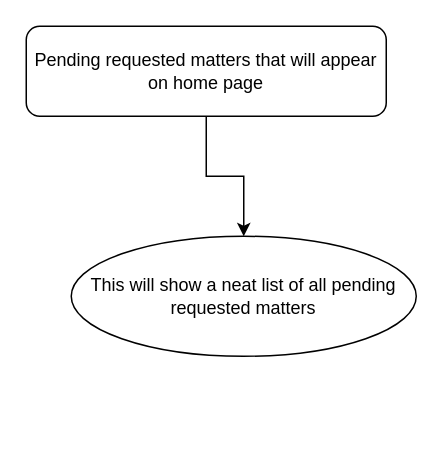
Above: page "PendingRequestedMatterListOnHomeScreen" (6 of 12) of LawyerApp.drawio in tariq7299/LawyerPrep (draw.io), before the change. Source tidied: cells renumbered, new cells numbered last; positions are measured from the earlier drawing's top-left corner, leaving out a move shared by most shapes. Both pictures are drawn from the tidied source at 150%, with x=0, y=0 at pixel (26, 26).
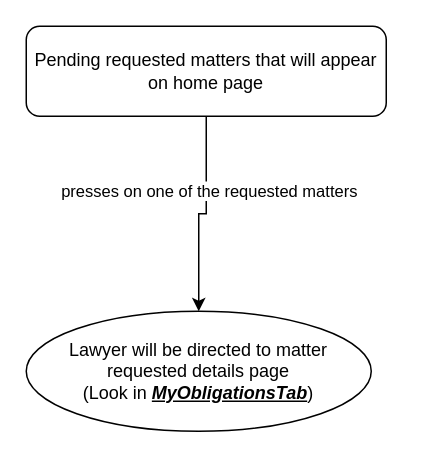
The same page after the edit.

Change to the diagram source:
```diff
@@
 <mxGraphModel>
   <root>
     <mxCell id="0" />
     <mxCell id="1" parent="0" />
     <mxCell id="2" style="edgeStyle=orthogonalEdgeStyle;rounded=0;jettySize=auto;html=1;" parent="1" edge="1" source="3" target="4">
       <mxGeometry relative="1" as="geometry" />
     </mxCell>
+    <mxCell id="5" value="presses on one of the requested matters" style="edgeLabel;html=1;align=center;verticalAlign=middle;" parent="2" vertex="1">
+      <mxGeometry x="-0.27" y="1" relative="1" as="geometry" />
+    </mxCell>
     <mxCell id="3" value="Pending requested matters that will appear on home page" style="rounded=1;whiteSpace=wrap;html=1;" parent="1" vertex="1">
       <mxGeometry width="240" height="60" as="geometry" />
     </mxCell>
-    <mxCell id="4" value="This will show a neat list of all pending requested matters" style="ellipse;whiteSpace=wrap;html=1;" parent="1" vertex="1">
-      <mxGeometry x="30" y="140" width="230" height="80" as="geometry" />
+    <mxCell id="4" value="Lawyer will be directed to matter requested details page&lt;div&gt;(Look in &lt;b&gt;&lt;u&gt;&lt;i&gt;MyObligationsTab&lt;/i&gt;&lt;/u&gt;&lt;/b&gt;)&lt;/div&gt;" style="ellipse;whiteSpace=wrap;html=1;" parent="1" vertex="1">
+      <mxGeometry y="190" width="230" height="80" as="geometry" />
     </mxCell>
   </root>
 </mxGraphModel>
```
